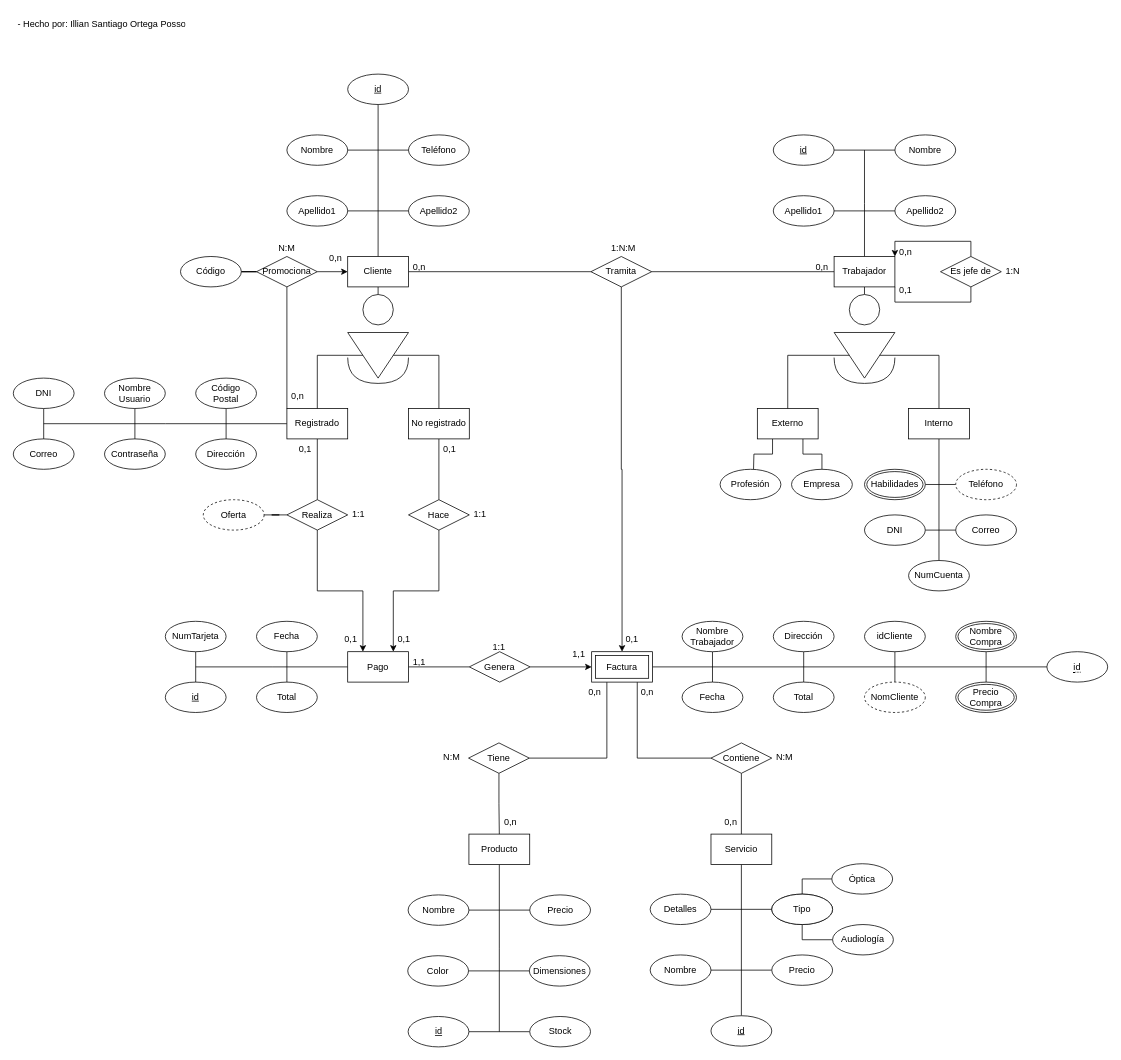
This is Vitaloptics/Vitaloptics.drawio from Illian27/BAE, a draw.io file, before an edit. Source tidied: cells renumbered, new cells numbered last; positions are measured from the earlier drawing's top-left corner, leaving out a move shared by most shapes. Both pictures are drawn from the tidied source at 76%, with x=0, y=0 at pixel (13, 13).
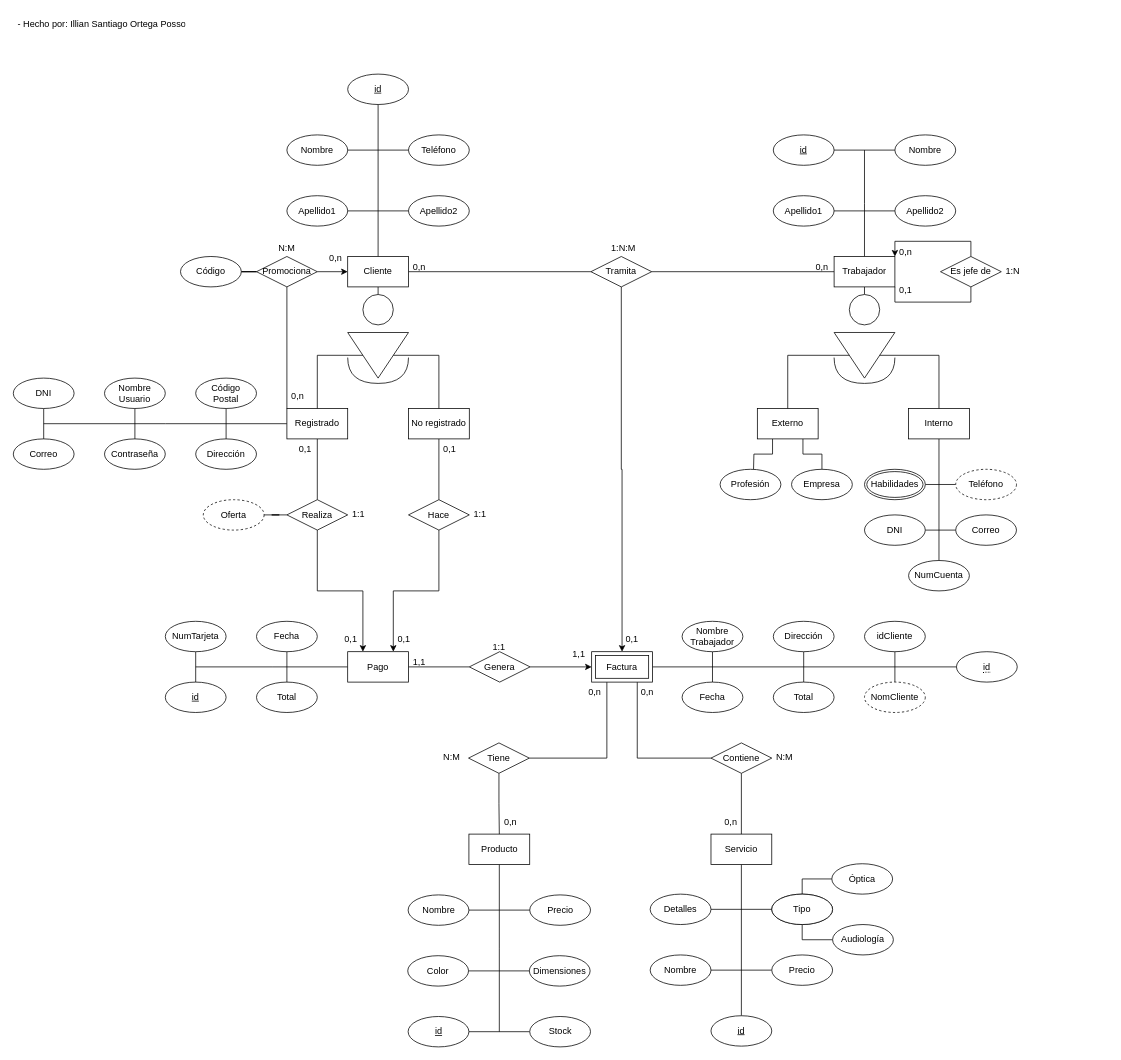
The same page after the edit.

What changed in the source:
```diff
@@
     <mxCell id="57" value="&lt;span style=&quot;border-bottom: 1px dotted&quot;&gt;id&lt;/span&gt;" style="ellipse;whiteSpace=wrap;html=1;align=center;" parent="1" vertex="1">
-      <mxGeometry x="1360" y="840" width="80" height="40" as="geometry" />
+      <mxGeometry x="1241" y="840" width="80" height="40" as="geometry" />
     </mxCell>
@@
-    <mxCell id="70" style="edgeStyle=orthogonalEdgeStyle;rounded=0;jettySize=auto;html=1;endArrow=none;endFill=0;" parent="1" edge="1" source="71" target="72">
-      <mxGeometry relative="1" as="geometry" />
-    </mxCell>
-    <mxCell id="71" value="Nombre&lt;div&gt;Compra&lt;/div&gt;" style="ellipse;shape=doubleEllipse;margin=3;whiteSpace=wrap;html=1;align=center;" parent="1" vertex="1">
-      <mxGeometry x="1240" y="800" width="80" height="40" as="geometry" />
-    </mxCell>
-    <mxCell id="72" value="Precio Compra" style="ellipse;shape=doubleEllipse;margin=3;whiteSpace=wrap;html=1;align=center;" parent="1" vertex="1">
-      <mxGeometry x="1240" y="880" width="80" height="40" as="geometry" />
-    </mxCell>
```
